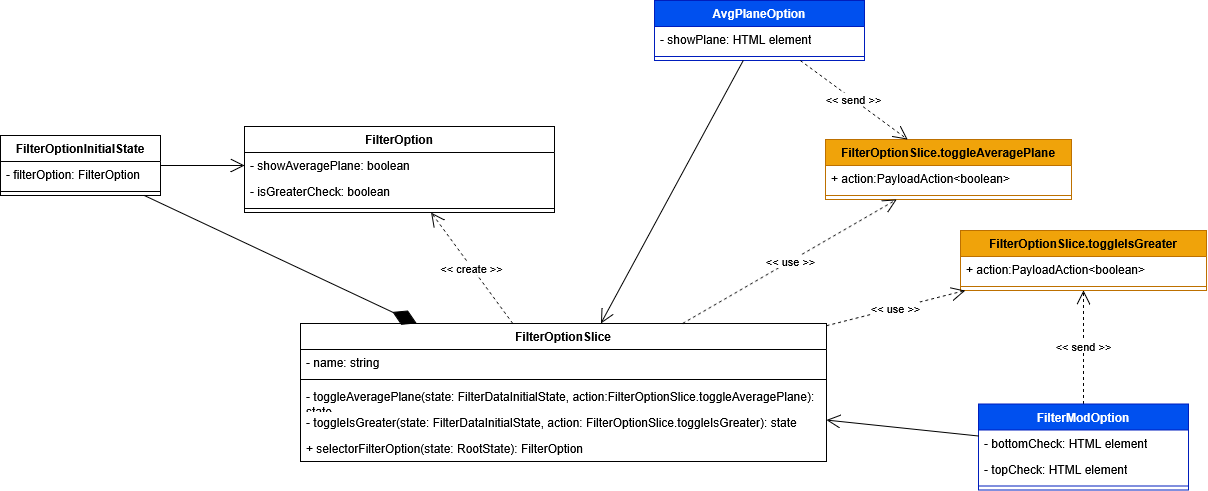
Before: Docs/PB/Generali Esterni/specifica_tecnica/template/images/uml_front/logic/filteroptionslice.png, a diagram exported from draw.io (6BitBusters/6BitBusters.github.io). Source tidied: cells renumbered, new cells last; positions are measured from the earlier drawing's top-left corner, leaving out a move shared by most shapes. Its diagram source:
```xml
<mxGraphModel>
  <root>
    <mxCell id="0" />
    <mxCell id="1" parent="0" />
    <mxCell id="2" value="FilterOption" style="swimlane;fontStyle=1;align=center;verticalAlign=top;horizontal=1;startSize=26;whiteSpace=wrap;html=1;" parent="1" vertex="1">
      <mxGeometry x="244" y="126" width="310" height="86" as="geometry" />
    </mxCell>
    <mxCell id="3" value="- showAveragePlane: boolean" style="text;strokeColor=none;fillColor=none;align=left;verticalAlign=top;spacingLeft=4;spacingRight=4;overflow=hidden;points=[[0,0.5],[1,0.5]];portConstraint=eastwest;whiteSpace=wrap;html=1;" parent="2" vertex="1">
      <mxGeometry y="26" width="310" height="26" as="geometry" />
    </mxCell>
    <mxCell id="4" value="- isGreaterCheck: boolean" style="text;strokeColor=none;fillColor=none;align=left;verticalAlign=top;spacingLeft=4;spacingRight=4;overflow=hidden;whiteSpace=wrap;html=1;" parent="2" vertex="1">
      <mxGeometry y="52" width="310" height="26" as="geometry" />
    </mxCell>
    <mxCell id="5" style="line;strokeWidth=1;fillColor=none;align=left;verticalAlign=middle;spacingTop=-1;spacingLeft=3;spacingRight=3;labelPosition=right;strokeColor=inherit;" parent="2" vertex="1">
      <mxGeometry y="78" width="310" height="8" as="geometry" />
    </mxCell>
    <mxCell id="6" value="FilterOptionSlice" style="swimlane;fontStyle=1;align=center;verticalAlign=top;horizontal=1;startSize=26;whiteSpace=wrap;html=1;" parent="1" vertex="1">
      <mxGeometry x="300" y="323" width="526" height="138" as="geometry" />
    </mxCell>
    <mxCell id="7" value="- name: string" style="text;strokeColor=none;fillColor=none;align=left;verticalAlign=top;spacingLeft=4;spacingRight=4;overflow=hidden;whiteSpace=wrap;html=1;" parent="6" vertex="1">
      <mxGeometry y="26" width="526" height="26" as="geometry" />
    </mxCell>
    <mxCell id="8" style="line;strokeWidth=1;fillColor=none;align=left;verticalAlign=middle;spacingTop=-1;spacingLeft=3;spacingRight=3;labelPosition=right;strokeColor=inherit;" parent="6" vertex="1">
      <mxGeometry y="52" width="526" height="8" as="geometry" />
    </mxCell>
    <mxCell id="9" value="- toggleAveragePlane(state:&amp;nbsp;FilterDataInitialState, action:FilterOptionSlice.toggleAveragePlane): state" style="text;strokeColor=none;fillColor=none;align=left;verticalAlign=top;spacingLeft=4;spacingRight=4;overflow=hidden;whiteSpace=wrap;html=1;" parent="6" vertex="1">
      <mxGeometry y="60" width="526" height="26" as="geometry" />
    </mxCell>
    <mxCell id="10" value="- toggleIsGreater(state:&amp;nbsp;FilterDataInitialState, action: FilterOptionSlice.toggleIsGreater): state" style="text;strokeColor=none;fillColor=none;align=left;verticalAlign=top;spacingLeft=4;spacingRight=4;overflow=hidden;whiteSpace=wrap;html=1;" parent="6" vertex="1">
      <mxGeometry y="86" width="526" height="26" as="geometry" />
    </mxCell>
    <mxCell id="11" value="+ selectorFilterOption(state: RootState): FilterOption" style="text;strokeColor=none;fillColor=none;align=left;verticalAlign=top;spacingLeft=4;spacingRight=4;overflow=hidden;whiteSpace=wrap;html=1;" parent="6" vertex="1">
      <mxGeometry y="112" width="526" height="26" as="geometry" />
    </mxCell>
    <mxCell id="12" value="FilterOptionInitialState" style="swimlane;fontStyle=1;align=center;verticalAlign=top;horizontal=1;startSize=26;whiteSpace=wrap;html=1;" parent="1" vertex="1">
      <mxGeometry y="135" width="160" height="60" as="geometry" />
    </mxCell>
    <mxCell id="13" value="&lt;div&gt;- filterOption: FilterOption&lt;/div&gt;" style="text;strokeColor=none;fillColor=none;align=left;verticalAlign=top;spacingLeft=4;spacingRight=4;overflow=hidden;whiteSpace=wrap;html=1;" parent="12" vertex="1">
      <mxGeometry y="26" width="160" height="26" as="geometry" />
    </mxCell>
    <mxCell id="14" style="line;strokeWidth=1;fillColor=none;align=left;verticalAlign=middle;spacingTop=-1;spacingLeft=3;spacingRight=3;labelPosition=right;strokeColor=inherit;" parent="12" vertex="1">
      <mxGeometry y="52" width="160" height="8" as="geometry" />
    </mxCell>
    <mxCell id="15" style="endArrow=open;endFill=1;endSize=12;html=1;rounded=0;" parent="1" edge="1" source="12" target="3">
      <mxGeometry relative="1" as="geometry" />
    </mxCell>
    <mxCell id="16" style="endArrow=diamondThin;endFill=1;endSize=24;html=1;rounded=0;" parent="1" edge="1" source="12" target="6">
      <mxGeometry relative="1" as="geometry" />
    </mxCell>
    <mxCell id="17" value="&amp;lt;&amp;lt; create &amp;gt;&amp;gt;" style="endArrow=open;endSize=12;dashed=1;html=1;rounded=0;" parent="1" edge="1" source="6" target="2">
      <mxGeometry relative="1" as="geometry" />
    </mxCell>
    <mxCell id="18" value="FilterOptionSlice.toggleAveragePlane" style="swimlane;fontStyle=1;align=center;verticalAlign=top;horizontal=1;startSize=26;whiteSpace=wrap;html=1;fillColor=#f0a30a;fontColor=#000000;strokeColor=#BD7000;" parent="1" vertex="1">
      <mxGeometry x="825" y="139" width="246" height="60" as="geometry" />
    </mxCell>
    <mxCell id="19" value="+ action:PayloadAction&amp;lt;boolean&amp;gt;" style="text;strokeColor=none;fillColor=none;align=left;verticalAlign=top;spacingLeft=4;spacingRight=4;overflow=hidden;whiteSpace=wrap;html=1;" parent="18" vertex="1">
      <mxGeometry y="26" width="246" height="26" as="geometry" />
    </mxCell>
    <mxCell id="20" style="line;strokeWidth=1;fillColor=none;align=left;verticalAlign=middle;spacingTop=-1;spacingLeft=3;spacingRight=3;labelPosition=right;strokeColor=inherit;" parent="18" vertex="1">
      <mxGeometry y="52" width="246" height="8" as="geometry" />
    </mxCell>
    <mxCell id="21" value="FilterOptionSlice.toggleIsGreater" style="swimlane;fontStyle=1;align=center;verticalAlign=top;horizontal=1;startSize=26;whiteSpace=wrap;html=1;fillColor=#f0a30a;fontColor=#000000;strokeColor=#BD7000;" parent="1" vertex="1">
      <mxGeometry x="960" y="230" width="246" height="60" as="geometry" />
    </mxCell>
    <mxCell id="22" value="+ action:PayloadAction&amp;lt;boolean&amp;gt;" style="text;strokeColor=none;fillColor=none;align=left;verticalAlign=top;spacingLeft=4;spacingRight=4;overflow=hidden;whiteSpace=wrap;html=1;" parent="21" vertex="1">
      <mxGeometry y="26" width="246" height="26" as="geometry" />
    </mxCell>
    <mxCell id="23" style="line;strokeWidth=1;fillColor=none;align=left;verticalAlign=middle;spacingTop=-1;spacingLeft=3;spacingRight=3;labelPosition=right;strokeColor=inherit;" parent="21" vertex="1">
      <mxGeometry y="52" width="246" height="8" as="geometry" />
    </mxCell>
    <mxCell id="24" value="&amp;lt;&amp;lt; use &amp;gt;&amp;gt;" style="endArrow=open;endSize=12;dashed=1;html=1;rounded=0;" parent="1" edge="1" source="6" target="18">
      <mxGeometry relative="1" as="geometry" />
    </mxCell>
    <mxCell id="25" value="&amp;lt;&amp;lt; use &amp;gt;&amp;gt;" style="endArrow=open;endSize=12;dashed=1;html=1;rounded=0;" parent="1" edge="1" source="6" target="21">
      <mxGeometry relative="1" as="geometry" />
    </mxCell>
    <mxCell id="26" value="&amp;lt;&amp;lt; send &amp;gt;&amp;gt;" style="endArrow=open;endSize=12;dashed=1;html=1;rounded=0;" parent="1" edge="1" source="27" target="21">
      <mxGeometry relative="1" as="geometry" />
    </mxCell>
    <mxCell id="27" value="FilterModOption" style="swimlane;fontStyle=1;align=center;verticalAlign=top;horizontal=1;startSize=26;whiteSpace=wrap;html=1;fillColor=#0050ef;fontColor=#ffffff;strokeColor=#001DBC;" parent="1" vertex="1">
      <mxGeometry x="978" y="403.5" width="210" height="86" as="geometry" />
    </mxCell>
    <mxCell id="28" value="- bottomCheck: HTML element" style="text;strokeColor=none;fillColor=none;align=left;verticalAlign=top;spacingLeft=4;spacingRight=4;overflow=hidden;whiteSpace=wrap;html=1;" parent="27" vertex="1">
      <mxGeometry y="26" width="210" height="26" as="geometry" />
    </mxCell>
    <mxCell id="29" value="- topCheck: HTML element" style="text;strokeColor=none;fillColor=none;align=left;verticalAlign=top;spacingLeft=4;spacingRight=4;overflow=hidden;whiteSpace=wrap;html=1;" parent="27" vertex="1">
      <mxGeometry y="52" width="210" height="26" as="geometry" />
    </mxCell>
    <mxCell id="30" style="line;strokeWidth=1;fillColor=none;align=left;verticalAlign=middle;spacingTop=-1;spacingLeft=3;spacingRight=3;labelPosition=right;strokeColor=inherit;" parent="27" vertex="1">
      <mxGeometry y="78" width="210" height="8" as="geometry" />
    </mxCell>
    <mxCell id="31" style="endArrow=open;endFill=1;endSize=12;html=1;rounded=0;" parent="1" edge="1" source="27" target="6">
      <mxGeometry relative="1" as="geometry" />
    </mxCell>
    <mxCell id="32" value="AvgPlaneOption" style="swimlane;fontStyle=1;align=center;verticalAlign=top;horizontal=1;startSize=26;whiteSpace=wrap;html=1;fillColor=#0050ef;fontColor=#ffffff;strokeColor=#001DBC;" parent="1" vertex="1">
      <mxGeometry x="654" width="210" height="60" as="geometry" />
    </mxCell>
    <mxCell id="33" value="- showPlane: HTML element" style="text;strokeColor=none;fillColor=none;align=left;verticalAlign=top;spacingLeft=4;spacingRight=4;overflow=hidden;whiteSpace=wrap;html=1;" parent="32" vertex="1">
      <mxGeometry y="26" width="210" height="26" as="geometry" />
    </mxCell>
    <mxCell id="34" style="line;strokeWidth=1;fillColor=none;align=left;verticalAlign=middle;spacingTop=-1;spacingLeft=3;spacingRight=3;labelPosition=right;strokeColor=inherit;" parent="32" vertex="1">
      <mxGeometry y="52" width="210" height="8" as="geometry" />
    </mxCell>
    <mxCell id="35" value="&amp;lt;&amp;lt; send &amp;gt;&amp;gt;" style="endArrow=open;endSize=12;dashed=1;html=1;rounded=0;" parent="1" edge="1" source="32" target="18">
      <mxGeometry relative="1" as="geometry" />
    </mxCell>
    <mxCell id="36" style="endArrow=open;endFill=1;endSize=12;html=1;rounded=0;" parent="1" edge="1" source="32" target="6">
      <mxGeometry relative="1" as="geometry" />
    </mxCell>
  </root>
</mxGraphModel>
```
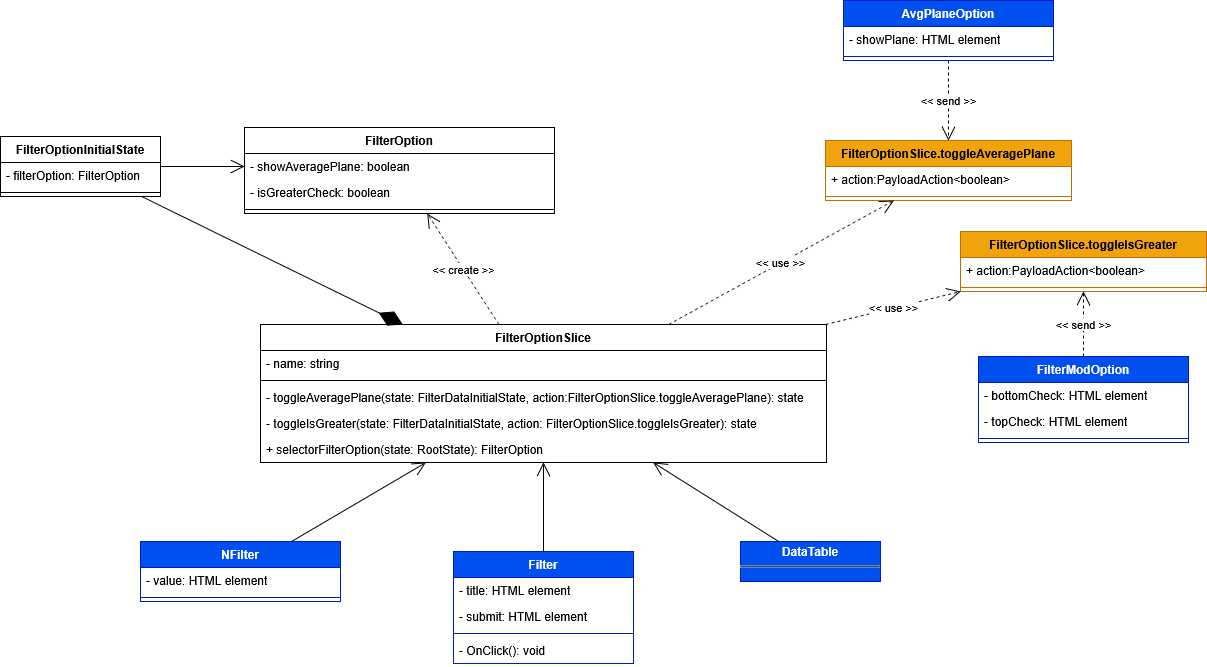
After the change.

The edit, as a diff of the source:
```diff
@@ -15,22 +15,22 @@
       <mxGeometry y="78" width="310" height="8" as="geometry" />
     </mxCell>
     <mxCell id="6" value="FilterOptionSlice" style="swimlane;fontStyle=1;align=center;verticalAlign=top;horizontal=1;startSize=26;whiteSpace=wrap;html=1;" parent="1" vertex="1">
-      <mxGeometry x="300" y="323" width="526" height="138" as="geometry" />
+      <mxGeometry x="260" y="323" width="566" height="138" as="geometry" />
     </mxCell>
     <mxCell id="7" value="- name: string" style="text;strokeColor=none;fillColor=none;align=left;verticalAlign=top;spacingLeft=4;spacingRight=4;overflow=hidden;whiteSpace=wrap;html=1;" parent="6" vertex="1">
-      <mxGeometry y="26" width="526" height="26" as="geometry" />
+      <mxGeometry y="26" width="566" height="26" as="geometry" />
     </mxCell>
     <mxCell id="8" style="line;strokeWidth=1;fillColor=none;align=left;verticalAlign=middle;spacingTop=-1;spacingLeft=3;spacingRight=3;labelPosition=right;strokeColor=inherit;" parent="6" vertex="1">
-      <mxGeometry y="52" width="526" height="8" as="geometry" />
+      <mxGeometry y="52" width="566" height="8" as="geometry" />
     </mxCell>
     <mxCell id="9" value="- toggleAveragePlane(state:&amp;nbsp;FilterDataInitialState, action:FilterOptionSlice.toggleAveragePlane): state" style="text;strokeColor=none;fillColor=none;align=left;verticalAlign=top;spacingLeft=4;spacingRight=4;overflow=hidden;whiteSpace=wrap;html=1;" parent="6" vertex="1">
-      <mxGeometry y="60" width="526" height="26" as="geometry" />
+      <mxGeometry y="60" width="566" height="26" as="geometry" />
     </mxCell>
     <mxCell id="10" value="- toggleIsGreater(state:&amp;nbsp;FilterDataInitialState, action: FilterOptionSlice.toggleIsGreater): state" style="text;strokeColor=none;fillColor=none;align=left;verticalAlign=top;spacingLeft=4;spacingRight=4;overflow=hidden;whiteSpace=wrap;html=1;" parent="6" vertex="1">
-      <mxGeometry y="86" width="526" height="26" as="geometry" />
+      <mxGeometry y="86" width="566" height="26" as="geometry" />
     </mxCell>
     <mxCell id="11" value="+ selectorFilterOption(state: RootState): FilterOption" style="text;strokeColor=none;fillColor=none;align=left;verticalAlign=top;spacingLeft=4;spacingRight=4;overflow=hidden;whiteSpace=wrap;html=1;" parent="6" vertex="1">
-      <mxGeometry y="112" width="526" height="26" as="geometry" />
+      <mxGeometry y="112" width="566" height="26" as="geometry" />
     </mxCell>
     <mxCell id="12" value="FilterOptionInitialState" style="swimlane;fontStyle=1;align=center;verticalAlign=top;horizontal=1;startSize=26;whiteSpace=wrap;html=1;" parent="1" vertex="1">
       <mxGeometry y="135" width="160" height="60" as="geometry" />
@@ -78,7 +78,7 @@
       <mxGeometry relative="1" as="geometry" />
     </mxCell>
     <mxCell id="27" value="FilterModOption" style="swimlane;fontStyle=1;align=center;verticalAlign=top;horizontal=1;startSize=26;whiteSpace=wrap;html=1;fillColor=#0050ef;fontColor=#ffffff;strokeColor=#001DBC;" parent="1" vertex="1">
-      <mxGeometry x="978" y="403.5" width="210" height="86" as="geometry" />
+      <mxGeometry x="978" y="355" width="210" height="86" as="geometry" />
     </mxCell>
     <mxCell id="28" value="- bottomCheck: HTML element" style="text;strokeColor=none;fillColor=none;align=left;verticalAlign=top;spacingLeft=4;spacingRight=4;overflow=hidden;whiteSpace=wrap;html=1;" parent="27" vertex="1">
       <mxGeometry y="26" width="210" height="26" as="geometry" />
@@ -89,23 +89,53 @@
     <mxCell id="30" style="line;strokeWidth=1;fillColor=none;align=left;verticalAlign=middle;spacingTop=-1;spacingLeft=3;spacingRight=3;labelPosition=right;strokeColor=inherit;" parent="27" vertex="1">
       <mxGeometry y="78" width="210" height="8" as="geometry" />
     </mxCell>
-    <mxCell id="31" style="endArrow=open;endFill=1;endSize=12;html=1;rounded=0;" parent="1" edge="1" source="27" target="6">
-      <mxGeometry relative="1" as="geometry" />
+    <mxCell id="31" value="AvgPlaneOption" style="swimlane;fontStyle=1;align=center;verticalAlign=top;horizontal=1;startSize=26;whiteSpace=wrap;html=1;fillColor=#0050ef;fontColor=#ffffff;strokeColor=#001DBC;" parent="1" vertex="1">
+      <mxGeometry x="843" y="-1" width="210" height="60" as="geometry" />
     </mxCell>
-    <mxCell id="32" value="AvgPlaneOption" style="swimlane;fontStyle=1;align=center;verticalAlign=top;horizontal=1;startSize=26;whiteSpace=wrap;html=1;fillColor=#0050ef;fontColor=#ffffff;strokeColor=#001DBC;" parent="1" vertex="1">
-      <mxGeometry x="654" width="210" height="60" as="geometry" />
+    <mxCell id="32" value="- showPlane: HTML element" style="text;strokeColor=none;fillColor=none;align=left;verticalAlign=top;spacingLeft=4;spacingRight=4;overflow=hidden;points=[[0,0.5],[1,0.5]];portConstraint=eastwest;whiteSpace=wrap;html=1;" parent="31" vertex="1">
+      <mxGeometry y="26" width="210" height="26" as="geometry" />
     </mxCell>
-    <mxCell id="33" value="- showPlane: HTML element" style="text;strokeColor=none;fillColor=none;align=left;verticalAlign=top;spacingLeft=4;spacingRight=4;overflow=hidden;whiteSpace=wrap;html=1;" parent="32" vertex="1">
-      <mxGeometry y="26" width="210" height="26" as="geometry" />
+    <mxCell id="33" style="line;strokeWidth=1;fillColor=none;align=left;verticalAlign=middle;spacingTop=-1;spacingLeft=3;spacingRight=3;labelPosition=right;strokeColor=inherit;" parent="31" vertex="1">
+      <mxGeometry y="52" width="210" height="8" as="geometry" />
     </mxCell>
-    <mxCell id="34" style="line;strokeWidth=1;fillColor=none;align=left;verticalAlign=middle;spacingTop=-1;spacingLeft=3;spacingRight=3;labelPosition=right;strokeColor=inherit;" parent="32" vertex="1">
-      <mxGeometry y="52" width="210" height="8" as="geometry" />
+    <mxCell id="34" value="&amp;lt;&amp;lt; send &amp;gt;&amp;gt;" style="endArrow=open;endSize=12;dashed=1;html=1;rounded=0;" parent="1" edge="1" source="31" target="18">
+      <mxGeometry relative="1" as="geometry" />
     </mxCell>
-    <mxCell id="35" value="&amp;lt;&amp;lt; send &amp;gt;&amp;gt;" style="endArrow=open;endSize=12;dashed=1;html=1;rounded=0;" parent="1" edge="1" source="32" target="18">
-      <mxGeometry relative="1" as="geometry" />
+    <mxCell id="35" value="&lt;p style=&quot;margin:0px;margin-top:4px;text-align:center;&quot;&gt;&lt;b&gt;DataTable&lt;/b&gt;&lt;/p&gt;&lt;hr size=&quot;1&quot; style=&quot;border-style:solid;&quot;&gt;&lt;div style=&quot;height:2px;&quot;&gt;&lt;/div&gt;" style="verticalAlign=top;align=left;overflow=fill;html=1;whiteSpace=wrap;fillColor=#0050ef;fontColor=#ffffff;strokeColor=#001DBC;" parent="1" vertex="1">
+      <mxGeometry x="740" y="540" width="140" height="40" as="geometry" />
     </mxCell>
-    <mxCell id="36" style="endArrow=open;endFill=1;endSize=12;html=1;rounded=0;" parent="1" edge="1" source="32" target="6">
+    <mxCell id="36" style="endArrow=open;endFill=1;endSize=12;html=1;rounded=0;" parent="1" edge="1" source="35" target="6">
       <mxGeometry relative="1" as="geometry" />
     </mxCell>
+    <mxCell id="37" value="Filter" style="swimlane;fontStyle=1;align=center;verticalAlign=top;horizontal=1;startSize=26;whiteSpace=wrap;html=1;fillColor=#0050ef;fontColor=#ffffff;strokeColor=#001DBC;" parent="1" vertex="1">
+      <mxGeometry x="453" y="550" width="180" height="112" as="geometry" />
+    </mxCell>
+    <mxCell id="38" value="- title: HTML element" style="text;strokeColor=none;fillColor=none;align=left;verticalAlign=top;spacingLeft=4;spacingRight=4;overflow=hidden;whiteSpace=wrap;html=1;" parent="37" vertex="1">
+      <mxGeometry y="26" width="180" height="26" as="geometry" />
+    </mxCell>
+    <mxCell id="39" value="- submit: HTML element" style="text;strokeColor=none;fillColor=none;align=left;verticalAlign=top;spacingLeft=4;spacingRight=4;overflow=hidden;whiteSpace=wrap;html=1;" parent="37" vertex="1">
+      <mxGeometry y="52" width="180" height="26" as="geometry" />
+    </mxCell>
+    <mxCell id="40" style="line;strokeWidth=1;fillColor=none;align=left;verticalAlign=middle;spacingTop=-1;spacingLeft=3;spacingRight=3;labelPosition=right;strokeColor=inherit;" parent="37" vertex="1">
+      <mxGeometry y="78" width="180" height="8" as="geometry" />
+    </mxCell>
+    <mxCell id="41" value="- OnClick(): void" style="text;strokeColor=none;fillColor=none;align=left;verticalAlign=top;spacingLeft=4;spacingRight=4;overflow=hidden;whiteSpace=wrap;html=1;" parent="37" vertex="1">
+      <mxGeometry y="86" width="180" height="26" as="geometry" />
+    </mxCell>
+    <mxCell id="42" value="NFilter" style="swimlane;fontStyle=1;align=center;verticalAlign=top;horizontal=1;startSize=26;whiteSpace=wrap;html=1;fillColor=#0050ef;fontColor=#ffffff;strokeColor=#001DBC;" parent="1" vertex="1">
+      <mxGeometry x="140" y="540" width="200" height="60" as="geometry" />
+    </mxCell>
+    <mxCell id="43" value="- value: HTML element" style="text;strokeColor=none;fillColor=none;align=left;verticalAlign=top;spacingLeft=4;spacingRight=4;overflow=hidden;whiteSpace=wrap;html=1;" parent="42" vertex="1">
+      <mxGeometry y="26" width="200" height="26" as="geometry" />
+    </mxCell>
+    <mxCell id="44" style="line;strokeWidth=1;fillColor=none;align=left;verticalAlign=middle;spacingTop=-1;spacingLeft=3;spacingRight=3;labelPosition=right;strokeColor=inherit;" parent="42" vertex="1">
+      <mxGeometry y="52" width="200" height="8" as="geometry" />
+    </mxCell>
+    <mxCell id="45" style="endArrow=open;endFill=1;endSize=12;html=1;rounded=0;" parent="1" edge="1" source="37" target="6">
+      <mxGeometry relative="1" as="geometry" />
+    </mxCell>
+    <mxCell id="46" style="endArrow=open;endFill=1;endSize=12;html=1;rounded=0;" parent="1" edge="1" source="42" target="6">
+      <mxGeometry relative="1" as="geometry" />
+    </mxCell>
   </root>
 </mxGraphModel>
```
